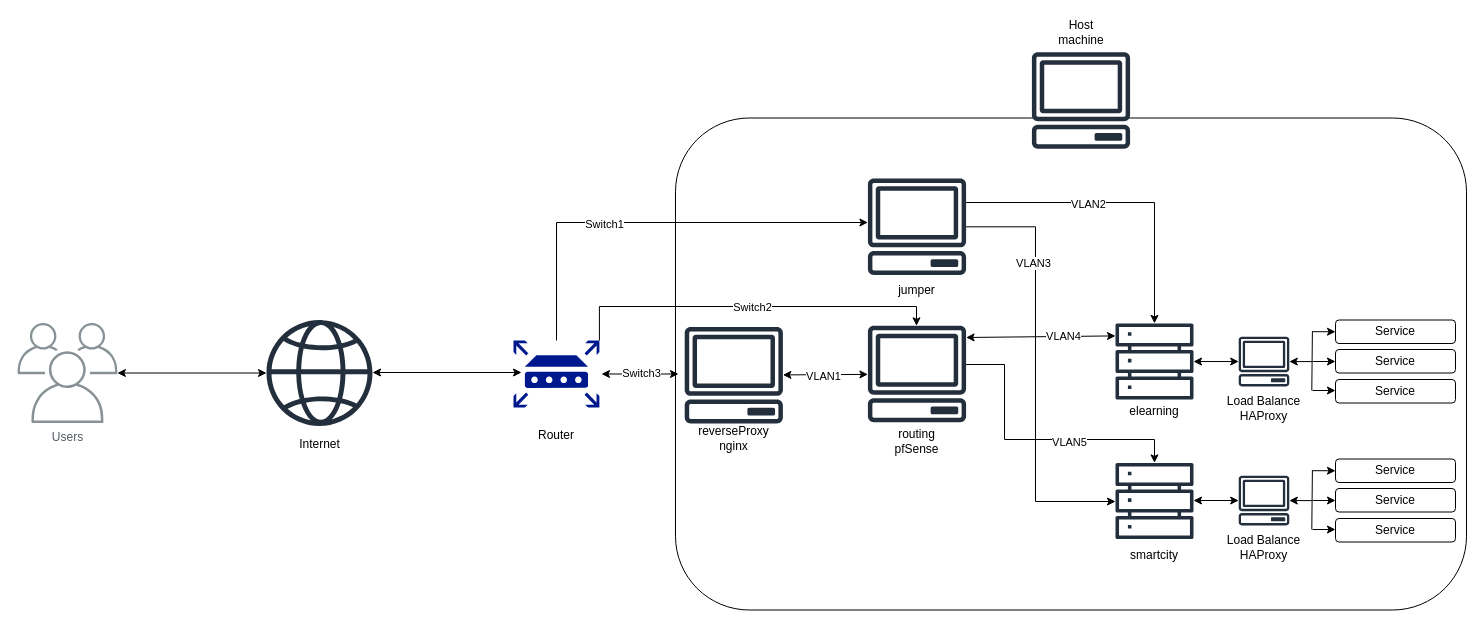
duy12i1i7/draw.io keeps this draw.io diagram as sis.drawio. Above is the earlier version. Source tidied: cells renumbered, new cells numbered last; positions are measured from the earlier drawing's top-left corner, leaving out a move shared by most shapes. Both pictures are drawn from the tidied source at 100%, with x=0, y=0 at pixel (17, 17).
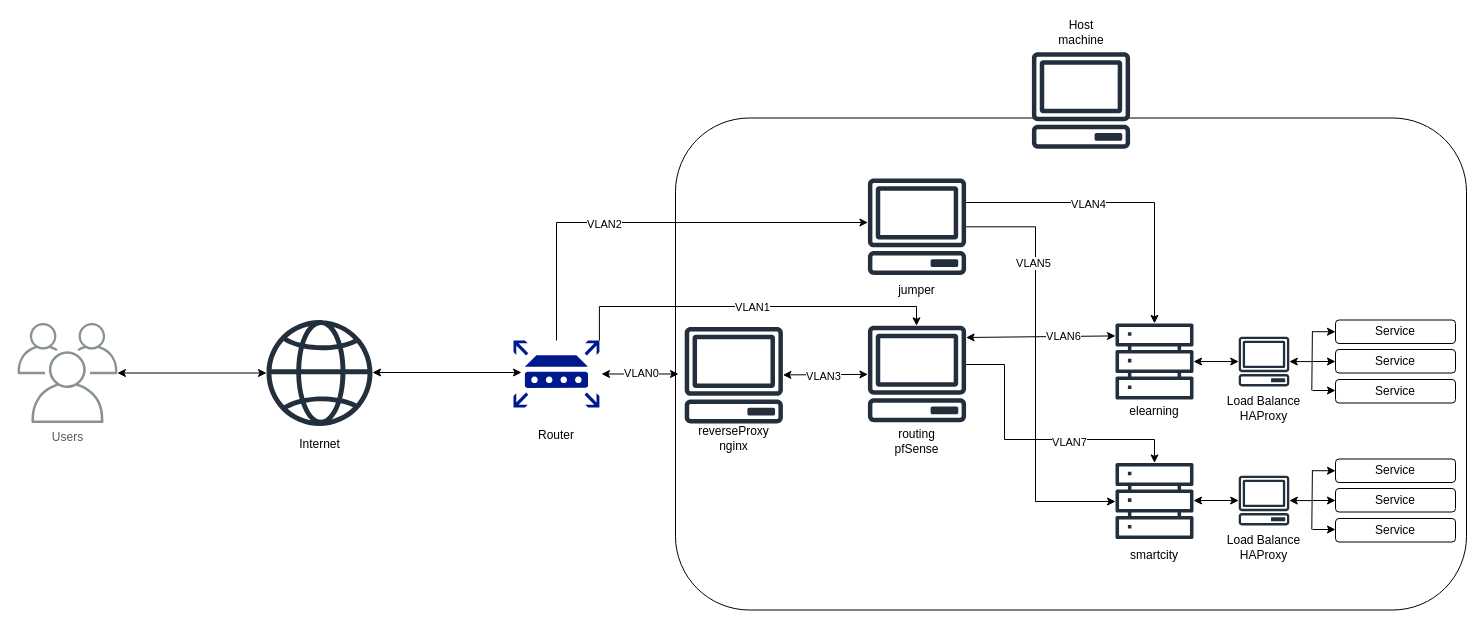
The same page after the edit.

Commit message (it also covers changes not shown here):
Cập nhật sis.drawio

The change refers to these unchanged cells:
```xml
<mxCell id="5" style="edgeStyle=orthogonalEdgeStyle;rounded=0;jettySize=auto;html=1;" parent="1" edge="1" source="7" target="9">
  <mxGeometry relative="1" as="geometry">
    <Array as="points">
      <mxPoint x="987" y="347" />
      <mxPoint x="987" y="422" />
      <mxPoint x="1137" y="422" />
    </Array>
  </mxGeometry>
</mxCell>
<mxCell id="15" style="endArrow=classic;startArrow=classic;html=1;rounded=0;" parent="1" edge="1">
  <mxGeometry relative="1" as="geometry">
    <mxPoint x="948.6" y="320" as="sourcePoint" />
    <mxPoint x="1098" y="318.4" as="targetPoint" />
  </mxGeometry>
</mxCell>
<mxCell id="18" style="edgeStyle=orthogonalEdgeStyle;rounded=0;jettySize=auto;html=1;" parent="1" edge="1" source="22" target="59">
  <mxGeometry relative="1" as="geometry">
    <Array as="points">
      <mxPoint x="539" y="205" />
    </Array>
  </mxGeometry>
</mxCell>
<mxCell id="20" style="edgeStyle=orthogonalEdgeStyle;rounded=0;jettySize=auto;html=1;exitX=1;exitY=0;exitDx=0;exitDy=0;exitPerimeter=0;" parent="1" edge="1" source="22" target="7">
  <mxGeometry relative="1" as="geometry">
    <Array as="points">
      <mxPoint x="582" y="289" />
      <mxPoint x="899" y="289" />
    </Array>
  </mxGeometry>
</mxCell>
<mxCell id="23" style="endArrow=classic;startArrow=classic;html=1;rounded=0;" parent="1" edge="1">
  <mxGeometry relative="1" as="geometry">
    <mxPoint x="584" y="356.5" as="sourcePoint" />
    <mxPoint x="661" y="356.5" as="targetPoint" />
  </mxGeometry>
</mxCell>
<mxCell id="50" style="endArrow=classic;startArrow=classic;html=1;rounded=0;" parent="1" edge="1" source="48" target="7">
  <mxGeometry relative="1" as="geometry" />
</mxCell>
<mxCell id="55" style="edgeStyle=orthogonalEdgeStyle;rounded=0;jettySize=auto;html=1;" parent="1" edge="1" source="59" target="8">
  <mxGeometry relative="1" as="geometry">
    <Array as="points">
      <mxPoint x="1137" y="185" />
    </Array>
  </mxGeometry>
</mxCell>
<mxCell id="57" style="edgeStyle=orthogonalEdgeStyle;rounded=0;jettySize=auto;html=1;" parent="1" edge="1" source="59" target="9">
  <mxGeometry relative="1" as="geometry">
    <Array as="points">
      <mxPoint x="1018" y="209" />
      <mxPoint x="1018" y="484" />
    </Array>
  </mxGeometry>
</mxCell>
```

What changed in the source:
```diff
@@
-    <mxCell id="6" value="VLAN5" style="edgeLabel;html=1;align=center;verticalAlign=middle;" parent="5" vertex="1">
+    <mxCell id="6" value="VLAN7" style="edgeLabel;html=1;align=center;verticalAlign=middle;" parent="5" vertex="1">
       <mxGeometry x="0.24" y="-2" relative="1" as="geometry" />
     </mxCell>
@@
-    <mxCell id="16" value="VLAN4" style="edgeLabel;html=1;align=center;verticalAlign=middle;" parent="15" vertex="1">
+    <mxCell id="16" value="VLAN6" style="edgeLabel;html=1;align=center;verticalAlign=middle;" parent="15" vertex="1">
       <mxGeometry x="0.3" relative="1" as="geometry" />
     </mxCell>
@@
-    <mxCell id="19" value="Switch1" style="edgeLabel;html=1;align=center;verticalAlign=middle;" parent="18" vertex="1">
+    <mxCell id="19" value="VLAN2" style="edgeLabel;html=1;align=center;verticalAlign=middle;" parent="18" vertex="1">
       <mxGeometry x="-0.23" y="-1" relative="1" as="geometry" />
     </mxCell>
@@
-    <mxCell id="21" value="Switch2" style="edgeLabel;html=1;align=center;verticalAlign=middle;" parent="20" vertex="1">
+    <mxCell id="21" value="VLAN1" style="edgeLabel;html=1;align=center;verticalAlign=middle;" parent="20" vertex="1">
       <mxGeometry x="0.01" relative="1" as="geometry" />
     </mxCell>
@@
-    <mxCell id="24" value="Switch3" style="edgeLabel;html=1;align=center;verticalAlign=middle;" parent="23" vertex="1">
+    <mxCell id="24" value="VLAN0" style="edgeLabel;html=1;align=center;verticalAlign=middle;" parent="23" vertex="1">
       <mxGeometry x="-0.13" y="-1" relative="1" as="geometry">
         <mxPoint x="6" y="-2" as="offset" />
       </mxGeometry>
     </mxCell>
@@
-    <mxCell id="51" value="VLAN1" style="edgeLabel;html=1;align=center;verticalAlign=middle;" parent="50" vertex="1">
+    <mxCell id="51" value="VLAN3" style="edgeLabel;html=1;align=center;verticalAlign=middle;" parent="50" vertex="1">
       <mxGeometry x="-0.05" y="-1" relative="1" as="geometry" />
     </mxCell>
@@
-    <mxCell id="56" value="VLAN2" style="edgeLabel;html=1;align=center;verticalAlign=middle;" parent="55" vertex="1">
+    <mxCell id="56" value="VLAN4" style="edgeLabel;html=1;align=center;verticalAlign=middle;" parent="55" vertex="1">
       <mxGeometry x="-0.21" y="-1" relative="1" as="geometry" />
     </mxCell>
@@
-    <mxCell id="58" value="VLAN3" style="edgeLabel;html=1;align=center;verticalAlign=middle;" parent="57" vertex="1">
+    <mxCell id="58" value="VLAN5" style="edgeLabel;html=1;align=center;verticalAlign=middle;" parent="57" vertex="1">
       <mxGeometry x="-0.5" y="-3" relative="1" as="geometry" />
     </mxCell>
```
